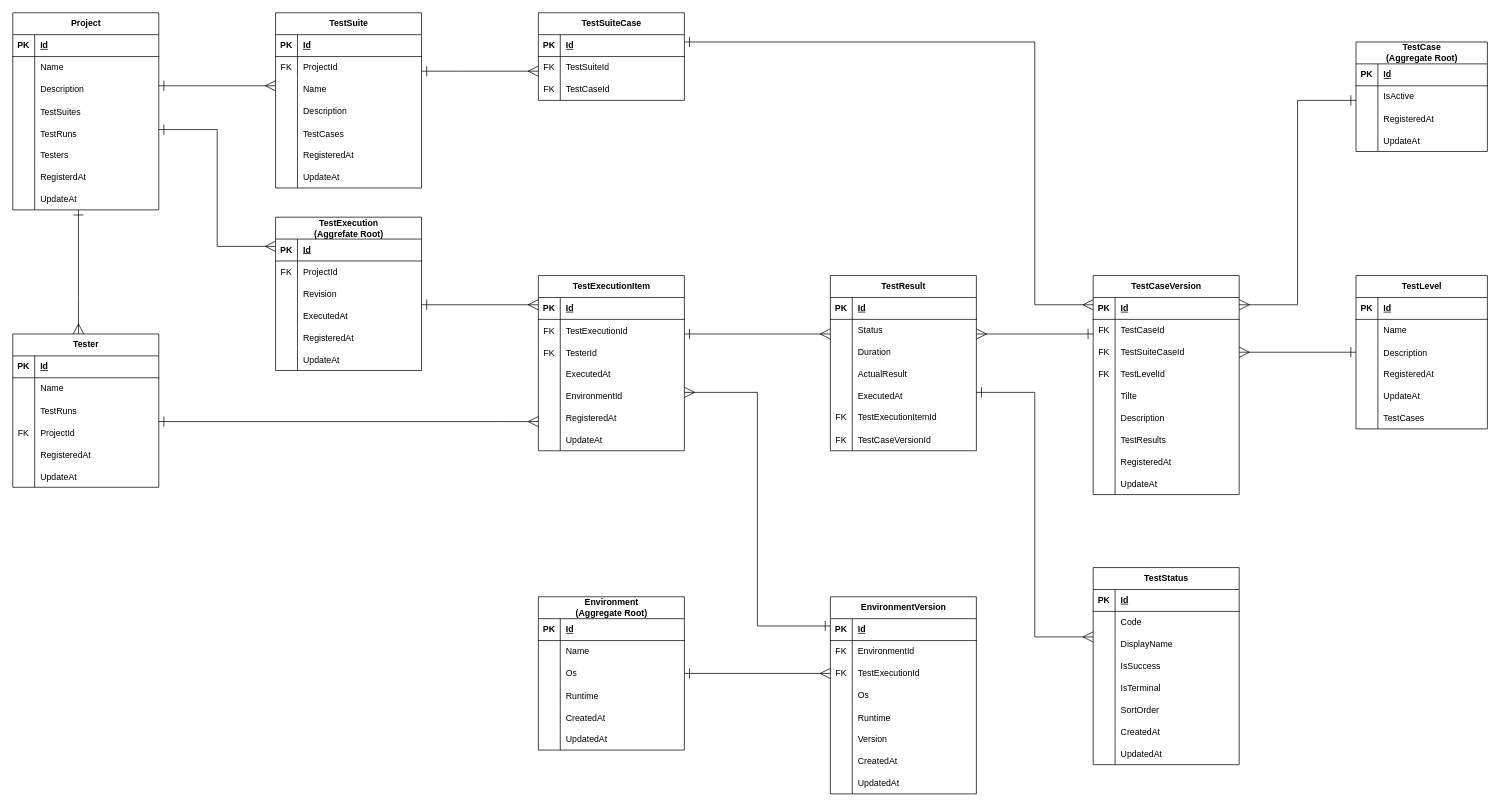
Earlier version of the draw.io diagram page "テスト結果管理" (1 of 4) of doc/design/ER_diagram.drawio (CountrySideEngineer/TestManagement). Source tidied: cells renumbered, new cells numbered last; positions are measured from the earlier drawing's top-left corner, leaving out a move shared by most shapes. Both pictures are drawn from the tidied source at 73%, with x=0, y=0 at pixel (12, 12).
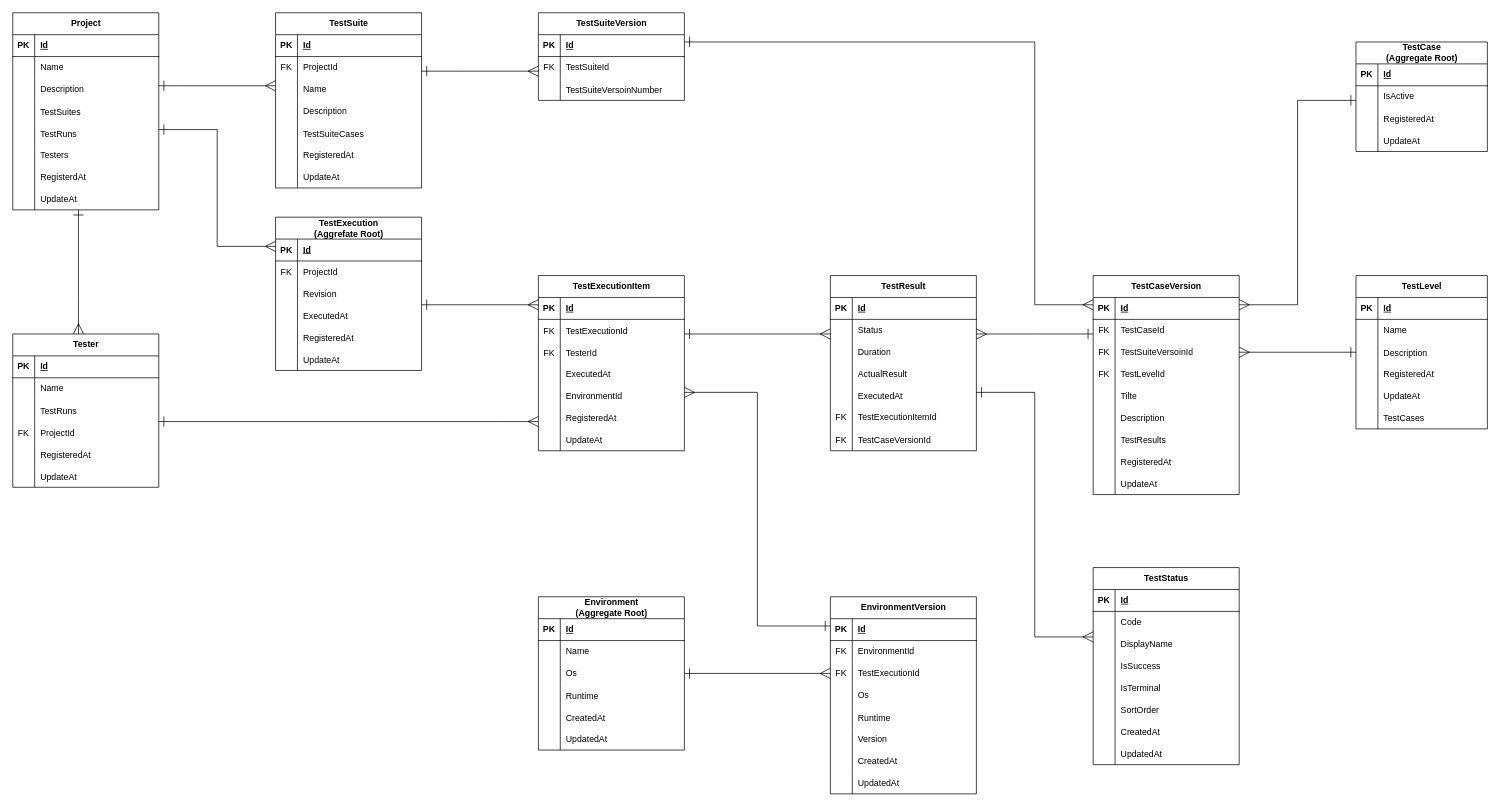
Above is the later version.

Commit message:
Update design document. - Update ER diagram.

The change refers to these unchanged cells:
```xml
<mxCell id="118" style="shape=tableRow;horizontal=0;startSize=0;swimlaneHead=0;swimlaneBody=0;fillColor=none;top=0;left=0;right=0;bottom=0;" parent="105" vertex="1">
  <mxGeometry y="150" width="200" height="30" as="geometry" />
</mxCell>
<mxCell id="160" style="shape=tableRow;horizontal=0;startSize=0;swimlaneHead=0;swimlaneBody=0;fillColor=none;top=0;left=0;right=0;bottom=0;" parent="153" vertex="1">
  <mxGeometry y="90" width="200" height="30" as="geometry" />
</mxCell>
<mxCell id="170" style="shape=tableRow;horizontal=0;startSize=0;swimlaneHead=0;swimlaneBody=0;fillColor=none;top=0;left=0;right=0;bottom=0;" parent="163" vertex="1">
  <mxGeometry y="90" width="200" height="30" as="geometry" />
</mxCell>
```

The edit, as a diff of the source:
```diff
@@
-    <mxCell id="120" value="TestCases" style="shape=partialRectangle;fillColor=none;top=0;left=0;bottom=0;right=0;align=left;spacingLeft=6;overflow=hidden;" parent="118" vertex="1">
+    <mxCell id="120" value="TestSuiteCases" style="shape=partialRectangle;fillColor=none;top=0;left=0;bottom=0;right=0;align=left;spacingLeft=6;overflow=hidden;" parent="118" vertex="1">
       <mxGeometry x="30" width="170" height="30" as="geometry" />
     </mxCell>
@@
-    <mxCell id="153" value="TestSuiteCase" style="shape=table;startSize=30;childLayout=tableLayout;rowLines=0;fontStyle=1;align=center;html=1;" parent="1" vertex="1">
+    <mxCell id="153" value="TestSuiteVersion" style="shape=table;startSize=30;childLayout=tableLayout;rowLines=0;fontStyle=1;align=center;html=1;" parent="1" vertex="1">
       <mxGeometry x="720" width="200" height="120" as="geometry" />
     </mxCell>
@@
-    <mxCell id="161" value="FK" style="shape=partialRectangle;fillColor=none;top=0;left=0;bottom=0;right=0;overflow=hidden;whiteSpace=wrap;html=1;" parent="160" vertex="1">
-      <mxGeometry width="30" height="30" as="geometry" />
-    </mxCell>
-    <mxCell id="162" value="TestCaseId" style="shape=partialRectangle;fillColor=none;top=0;left=0;bottom=0;right=0;align=left;spacingLeft=6;overflow=hidden;whiteSpace=wrap;html=1;" parent="160" vertex="1">
-      <mxGeometry x="30" width="170" height="30" as="geometry" />
-    </mxCell>
+    <mxCell id="284" style="shape=partialRectangle;fillColor=none;top=0;left=0;bottom=0;right=0;overflow=hidden;" parent="160" vertex="1">
+      <mxGeometry width="30" height="30" as="geometry" />
+    </mxCell>
+    <mxCell id="285" value="TestSuiteVersoinNumber" style="shape=partialRectangle;fillColor=none;top=0;left=0;bottom=0;right=0;align=left;spacingLeft=6;overflow=hidden;" parent="160" vertex="1">
+      <mxGeometry x="30" width="170" height="30" as="geometry" />
+    </mxCell>
@@
-    <mxCell id="172" value="TestSuiteCaseId" style="shape=partialRectangle;fillColor=none;top=0;left=0;bottom=0;right=0;align=left;spacingLeft=6;fontStyle=0;overflow=hidden;whiteSpace=wrap;html=1;" parent="170" vertex="1">
+    <mxCell id="172" value="TestSuiteVersoinId" style="shape=partialRectangle;fillColor=none;top=0;left=0;bottom=0;right=0;align=left;spacingLeft=6;fontStyle=0;overflow=hidden;whiteSpace=wrap;html=1;" parent="170" vertex="1">
       <mxGeometry x="30" width="170" height="30" as="geometry" />
     </mxCell>
```
